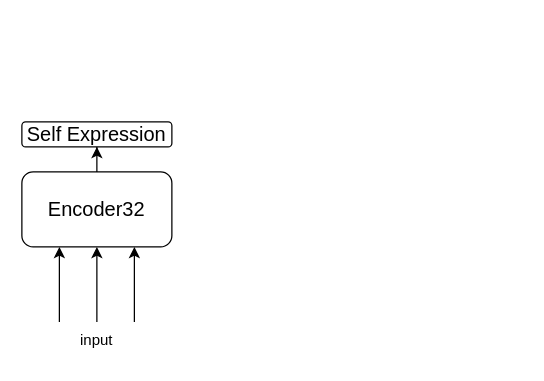
Above: test.drawio in infiniteaim/Repository-from-Anonus (draw.io), before the change. Source tidied: cells renumbered, new cells numbered last; positions are measured from the earlier drawing's top-left corner, leaving out a move shared by most shapes. Both pictures are drawn from the tidied source at 125%, with x=0, y=0 at pixel (21, 121).
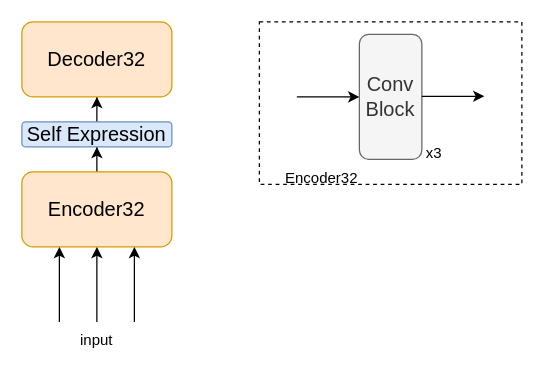
Above is the later version.

Diff of the diagram source:
```diff
@@
-    <mxCell id="3" value="&lt;font style=&quot;font-size: 16px;&quot;&gt;Encoder32&lt;/font&gt;" style="rounded=1;whiteSpace=wrap;html=1;" parent="1" vertex="1">
+    <mxCell id="3" value="&lt;font style=&quot;font-size: 16px;&quot;&gt;Encoder32&lt;/font&gt;" style="rounded=1;whiteSpace=wrap;html=1;fillColor=#ffe6cc;strokeColor=#d79b00;" parent="1" vertex="1">
       <mxGeometry y="40" width="120" height="60" as="geometry" />
     </mxCell>
@@
+    <mxCell id="9" style="edgeStyle=orthogonalEdgeStyle;rounded=0;jettySize=auto;html=1;" parent="1" edge="1" source="8" target="10">
+      <mxGeometry relative="1" as="geometry" />
+    </mxCell>
-    <mxCell id="8" value="&lt;font style=&quot;font-size: 16px;&quot;&gt;Self Expression&lt;/font&gt;" style="rounded=1;whiteSpace=wrap;html=1;" parent="1" vertex="1">
+    <mxCell id="8" value="&lt;font style=&quot;font-size: 16px;&quot;&gt;Self Expression&lt;/font&gt;" style="rounded=1;whiteSpace=wrap;html=1;fillColor=#dae8fc;strokeColor=#6c8ebf;" parent="1" vertex="1">
       <mxGeometry width="120" height="20" as="geometry" />
     </mxCell>
+    <mxCell id="10" value="&lt;font style=&quot;font-size: 16px;&quot;&gt;Decoder32&lt;/font&gt;" style="rounded=1;whiteSpace=wrap;html=1;fillColor=#ffe6cc;strokeColor=#d79b00;" parent="1" vertex="1">
+      <mxGeometry y="-80" width="120" height="60" as="geometry" />
+    </mxCell>
+    <mxCell id="11" style="rounded=0;whiteSpace=wrap;html=1;dashed=1;" parent="1" vertex="1">
+      <mxGeometry x="190" y="-80" width="210" height="130" as="geometry" />
+    </mxCell>
+    <mxCell id="12" value="&lt;font style=&quot;font-size: 16px;&quot;&gt;Conv&lt;/font&gt;&lt;div&gt;&lt;font style=&quot;font-size: 16px;&quot;&gt;Block&lt;/font&gt;&lt;/div&gt;" style="rounded=1;whiteSpace=wrap;html=1;fillColor=#f5f5f5;fontColor=#333333;strokeColor=#666666;" parent="1" vertex="1">
+      <mxGeometry x="270" y="-70" width="50" height="100" as="geometry" />
+    </mxCell>
+    <mxCell id="13" style="endArrow=classic;html=1;rounded=0;entryX=0;entryY=0.5;entryDx=0;entryDy=0;" parent="1" edge="1" target="12">
+      <mxGeometry relative="1" as="geometry">
+        <mxPoint x="220" y="-20" as="sourcePoint" />
+      </mxGeometry>
+    </mxCell>
+    <mxCell id="14" style="endArrow=classic;html=1;rounded=0;entryX=0;entryY=0.5;entryDx=0;entryDy=0;" parent="1" edge="1">
+      <mxGeometry relative="1" as="geometry">
+        <mxPoint x="320" y="-20.5" as="sourcePoint" />
+        <mxPoint x="370" y="-20.5" as="targetPoint" />
+      </mxGeometry>
+    </mxCell>
+    <mxCell id="15" value="x3" style="text;html=1;align=center;verticalAlign=middle;whiteSpace=wrap;rounded=0;" parent="1" vertex="1">
+      <mxGeometry x="300" y="10" width="60" height="30" as="geometry" />
+    </mxCell>
+    <mxCell id="16" value="Encoder32" style="text;html=1;align=center;verticalAlign=middle;whiteSpace=wrap;rounded=0;" parent="1" vertex="1">
+      <mxGeometry x="210" y="30" width="60" height="30" as="geometry" />
+    </mxCell>
```
